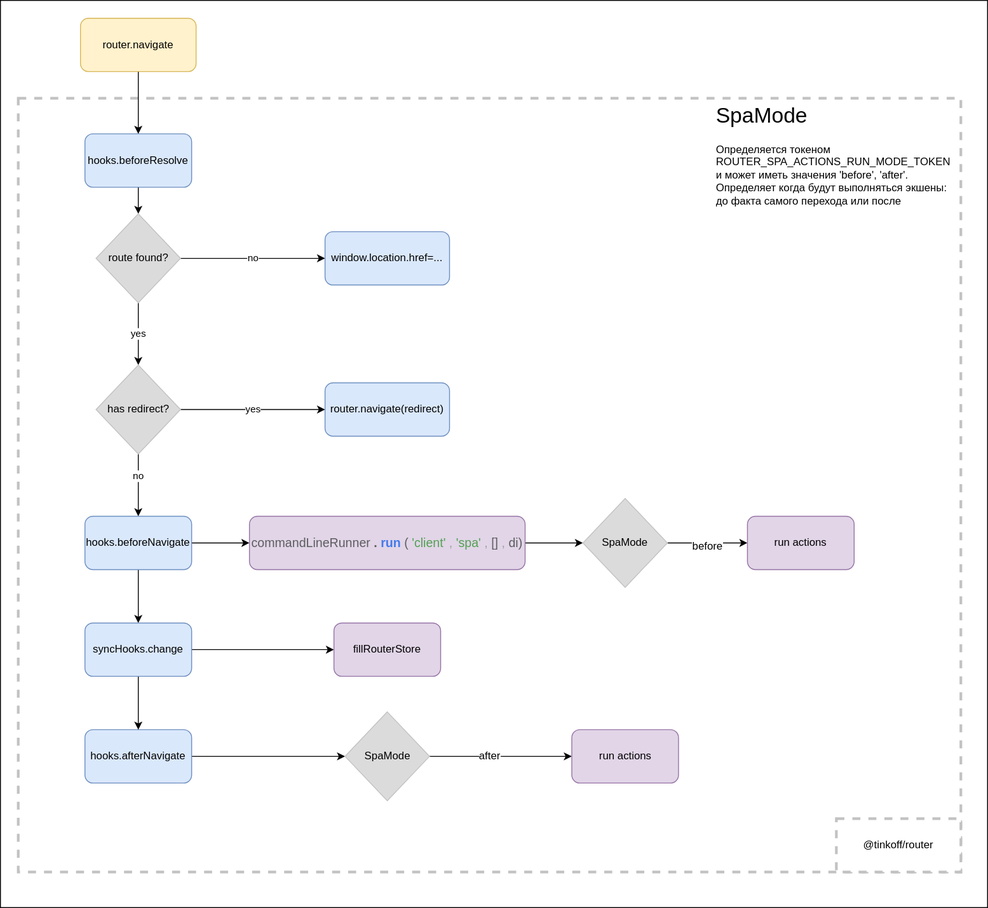
Earlier version of the draw.io export tools/docSite/static/img/router/navigate-flow-client-spa.drawio.svg (Tinkoff/tramvai). Source tidied: cells renumbered, new cells last; positions are measured from the earlier drawing's top-left corner, leaving out a move shared by most shapes.
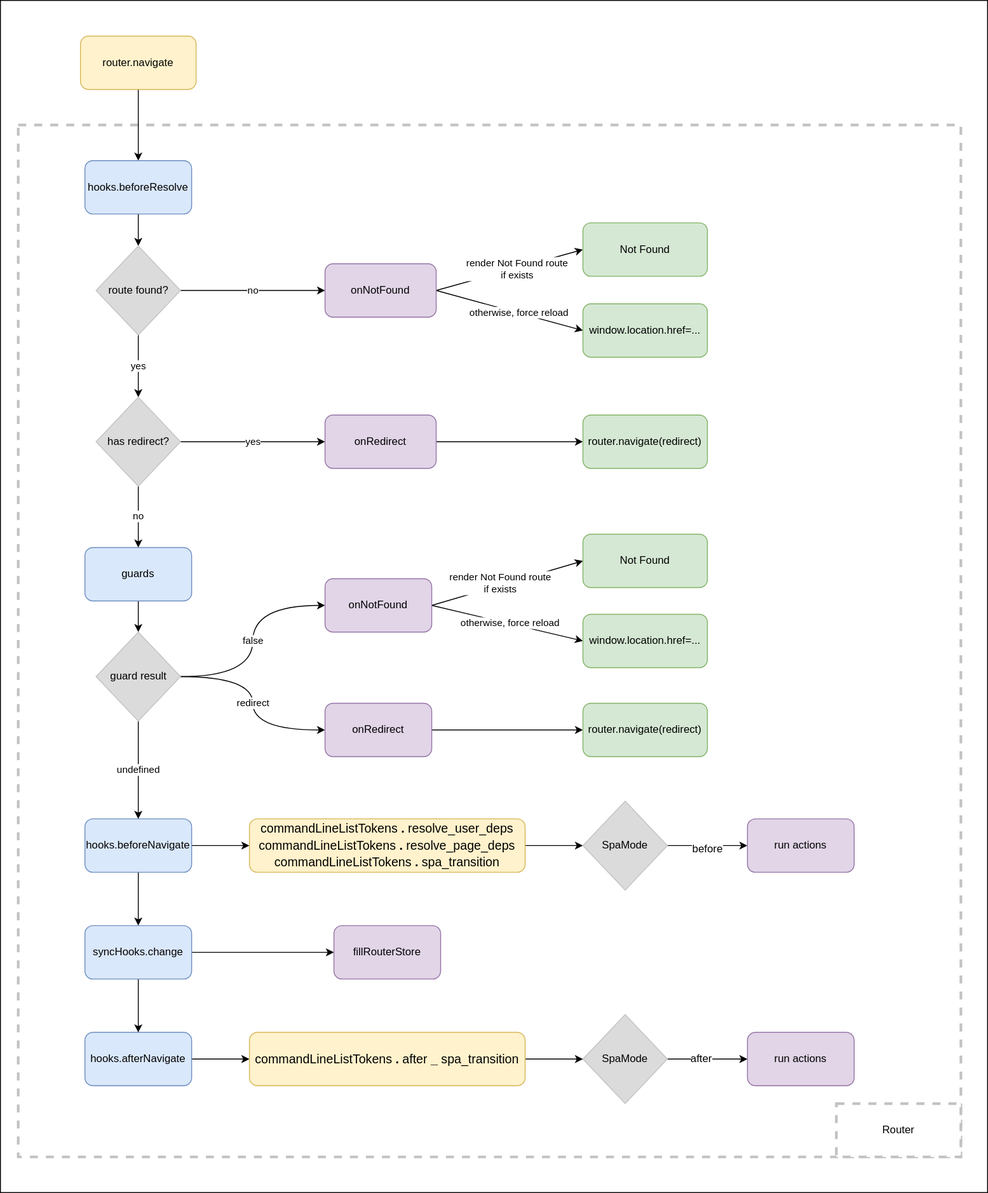
After the commit.

The edit, as a diff of the source:
```diff
@@ -3,29 +3,24 @@
     <mxCell id="0" />
     <mxCell id="1" parent="0" />
     <mxCell id="2" style="rounded=0;whiteSpace=wrap;html=1;labelBackgroundColor=none;strokeColor=#000000;strokeWidth=1;fontSize=12;fontColor=#000000;" parent="1" vertex="1">
-      <mxGeometry width="1110" height="1020" as="geometry" />
+      <mxGeometry y="-320" width="1110" height="1340" as="geometry" />
     </mxCell>
     <mxCell id="3" style="whiteSpace=wrap;html=1;dashed=1;strokeWidth=3;strokeColor=#C2C2C2;" parent="1" vertex="1">
-      <mxGeometry x="20" y="110" width="1060" height="870" as="geometry" />
+      <mxGeometry x="20" y="-180" width="1060" height="1160" as="geometry" />
     </mxCell>
-    <mxCell id="4" style="edgeStyle=orthogonalEdgeStyle;rounded=0;jettySize=auto;html=1;exitX=0.5;exitY=1;exitDx=0;exitDy=0;entryX=0.5;entryY=0;entryDx=0;entryDy=0;" parent="1" edge="1" source="5" target="7">
-      <mxGeometry relative="1" as="geometry">
-        <Array as="points">
-          <mxPoint x="155" y="120" />
-          <mxPoint x="155" y="120" />
-        </Array>
-      </mxGeometry>
+    <mxCell id="4" style="edgeStyle=none;html=1;exitX=0.5;exitY=1;exitDx=0;exitDy=0;entryX=0.5;entryY=0;entryDx=0;entryDy=0;" parent="1" edge="1" source="5" target="7">
+      <mxGeometry relative="1" as="geometry" />
     </mxCell>
-    <mxCell id="5" value="router.navigate" style="rounded=1;whiteSpace=wrap;html=1;strokeColor=#d6b656;strokeWidth=1;fillColor=#fff2cc;" parent="1" vertex="1">
-      <mxGeometry x="90" y="20" width="130" height="60" as="geometry" />
+    <mxCell id="5" value="router.navigate" style="rounded=1;whiteSpace=wrap;html=1;strokeColor=#D6B656;strokeWidth=1;fillColor=#FFF2CC;" parent="1" vertex="1">
+      <mxGeometry x="90" y="-280" width="130" height="60" as="geometry" />
     </mxCell>
     <mxCell id="6" style="edgeStyle=orthogonalEdgeStyle;rounded=0;jettySize=auto;html=1;exitX=0.5;exitY=1;exitDx=0;exitDy=0;" parent="1" edge="1" source="7" target="16">
       <mxGeometry relative="1" as="geometry" />
     </mxCell>
     <mxCell id="7" value="hooks.beforeResolve" style="rounded=1;whiteSpace=wrap;html=1;strokeColor=#6c8ebf;strokeWidth=1;fillColor=#dae8fc;" parent="1" vertex="1">
-      <mxGeometry x="95" y="150" width="120" height="60" as="geometry" />
+      <mxGeometry x="95" y="-140" width="120" height="60" as="geometry" />
     </mxCell>
-    <mxCell id="8" value="no" style="edgeStyle=orthogonalEdgeStyle;rounded=0;jettySize=auto;html=1;exitX=0.5;exitY=1;exitDx=0;exitDy=0;entryX=0.5;entryY=0;entryDx=0;entryDy=0;" parent="1" edge="1" target="11">
+    <mxCell id="8" value="undefined" style="edgeStyle=orthogonalEdgeStyle;rounded=0;jettySize=auto;html=1;exitX=0.5;exitY=1;exitDx=0;exitDy=0;entryX=0.5;entryY=0;entryDx=0;entryDy=0;" parent="1" edge="1" target="11">
       <mxGeometry relative="1" as="geometry">
         <mxPoint x="155" y="490" as="sourcePoint" />
         <Array as="points">
@@ -39,17 +34,17 @@
     </mxCell>
     <mxCell id="10" style="edgeStyle=orthogonalEdgeStyle;rounded=0;jettySize=auto;html=1;exitX=0.5;exitY=1;exitDx=0;exitDy=0;entryX=0.5;entryY=0;entryDx=0;entryDy=0;fontColor=#000000;" parent="1" edge="1" source="11">
       <mxGeometry relative="1" as="geometry">
-        <mxPoint x="155" y="700" as="targetPoint" />
+        <mxPoint x="155" y="720" as="targetPoint" />
       </mxGeometry>
     </mxCell>
     <mxCell id="11" value="hooks.beforeNavigate" style="rounded=1;whiteSpace=wrap;html=1;strokeColor=#6c8ebf;strokeWidth=1;fillColor=#dae8fc;" parent="1" vertex="1">
-      <mxGeometry x="95" y="580" width="120" height="60" as="geometry" />
+      <mxGeometry x="95" y="600" width="120" height="60" as="geometry" />
     </mxCell>
-    <mxCell id="12" style="edgeStyle=orthogonalEdgeStyle;rounded=0;jettySize=auto;html=1;exitX=1;exitY=0.5;exitDx=0;exitDy=0;entryX=0;entryY=0.5;entryDx=0;entryDy=0;fontSize=12;fontColor=#000000;" parent="1" edge="1" source="13" target="30">
+    <mxCell id="12" style="edgeStyle=orthogonalEdgeStyle;rounded=0;jettySize=auto;html=1;exitX=1;exitY=0.5;exitDx=0;exitDy=0;fontSize=12;fontColor=#000000;entryX=0;entryY=0.5;entryDx=0;entryDy=0;" parent="1" edge="1" source="13" target="61">
       <mxGeometry relative="1" as="geometry" />
     </mxCell>
     <mxCell id="13" value="hooks.afterNavigate" style="rounded=1;whiteSpace=wrap;html=1;strokeColor=#6c8ebf;strokeWidth=1;fillColor=#dae8fc;" parent="1" vertex="1">
-      <mxGeometry x="95" y="820" width="120" height="60" as="geometry" />
+      <mxGeometry x="95" y="840" width="120" height="60" as="geometry" />
     </mxCell>
     <mxCell id="14" value="yes" style="edgeStyle=orthogonalEdgeStyle;rounded=0;jettySize=auto;html=1;entryX=0.5;entryY=0;entryDx=0;entryDy=0;" parent="1" edge="1" source="16" target="19">
       <mxGeometry relative="1" as="geometry" />
@@ -58,42 +53,60 @@
       <mxGeometry relative="1" as="geometry" />
     </mxCell>
     <mxCell id="16" value="route found?" style="rhombus;whiteSpace=wrap;html=1;rounded=0;strokeColor=#C2C2C2;strokeWidth=1;fillColor=#DBDBDB;" parent="1" vertex="1">
-      <mxGeometry x="107.5" y="240" width="95" height="100" as="geometry" />
+      <mxGeometry x="107.5" y="-44" width="95" height="100" as="geometry" />
     </mxCell>
+    <mxCell id="36" style="edgeStyle=none;html=1;exitX=1;exitY=0.5;exitDx=0;exitDy=0;entryX=0;entryY=0.5;entryDx=0;entryDy=0;" parent="1" edge="1" source="17" target="42">
+      <mxGeometry relative="1" as="geometry" />
+    </mxCell>
+    <mxCell id="37" value="render Not Found route&lt;br&gt;if exists" style="edgeLabel;html=1;align=center;verticalAlign=middle;" parent="36" vertex="1">
+      <mxGeometry x="0.09" relative="1" as="geometry" />
+    </mxCell>
+    <mxCell id="38" style="edgeStyle=none;html=1;exitX=1;exitY=0.5;exitDx=0;exitDy=0;entryX=0;entryY=0.5;entryDx=0;entryDy=0;" parent="1" edge="1" source="17" target="43">
+      <mxGeometry relative="1" as="geometry" />
+    </mxCell>
+    <mxCell id="39" value="otherwise, force reload" style="edgeLabel;html=1;align=center;verticalAlign=middle;" parent="38" vertex="1">
+      <mxGeometry x="0.11" y="1" relative="1" as="geometry" />
+    </mxCell>
-    <mxCell id="17" value="window.location.href=..." style="rounded=1;whiteSpace=wrap;html=1;strokeColor=#6c8ebf;strokeWidth=1;fillColor=#dae8fc;" parent="1" vertex="1">
-      <mxGeometry x="365" y="260" width="140" height="60" as="geometry" />
+    <mxCell id="17" value="onNotFound" style="rounded=1;whiteSpace=wrap;html=1;strokeColor=#9673A6;strokeWidth=1;fillColor=#E1D5E7;" parent="1" vertex="1">
+      <mxGeometry x="365" y="-24" width="125" height="60" as="geometry" />
     </mxCell>
     <mxCell id="18" value="yes" style="edgeStyle=orthogonalEdgeStyle;rounded=0;jettySize=auto;html=1;exitX=1;exitY=0.5;exitDx=0;exitDy=0;entryX=0;entryY=0.5;entryDx=0;entryDy=0;" parent="1" edge="1" source="19" target="20">
       <mxGeometry relative="1" as="geometry" />
     </mxCell>
+    <mxCell id="40" value="no" style="edgeStyle=none;html=1;exitX=0.5;exitY=1;exitDx=0;exitDy=0;entryX=0.5;entryY=0;entryDx=0;entryDy=0;" parent="1" edge="1" source="19" target="46">
+      <mxGeometry relative="1" as="geometry" />
+    </mxCell>
     <mxCell id="19" value="has redirect?" style="rhombus;whiteSpace=wrap;html=1;rounded=0;strokeColor=#C2C2C2;strokeWidth=1;fillColor=#DBDBDB;" parent="1" vertex="1">
-      <mxGeometry x="107.5" y="410" width="95" height="100" as="geometry" />
+      <mxGeometry x="107.5" y="126" width="95" height="100" as="geometry" />
     </mxCell>
+    <mxCell id="41" style="edgeStyle=none;html=1;exitX=1;exitY=0.5;exitDx=0;exitDy=0;entryX=0;entryY=0.5;entryDx=0;entryDy=0;" parent="1" edge="1" source="20" target="44">
+      <mxGeometry relative="1" as="geometry" />
+    </mxCell>
-    <mxCell id="20" value="router.navigate(redirect)" style="rounded=1;whiteSpace=wrap;html=1;strokeColor=#6c8ebf;strokeWidth=1;fillColor=#dae8fc;" parent="1" vertex="1">
-      <mxGeometry x="365" y="430" width="140" height="60" as="geometry" />
+    <mxCell id="20" value="onRedirect" style="rounded=1;whiteSpace=wrap;html=1;strokeColor=#9673A6;strokeWidth=1;fillColor=#E1D5E7;" parent="1" vertex="1">
+      <mxGeometry x="365" y="146" width="125" height="60" as="geometry" />
     </mxCell>
     <mxCell id="21" style="edgeStyle=orthogonalEdgeStyle;rounded=0;jettySize=auto;html=1;exitX=0.5;exitY=1;exitDx=0;exitDy=0;entryX=0.5;entryY=0;entryDx=0;entryDy=0;fontColor=#000000;" parent="1" edge="1" target="13">
       <mxGeometry relative="1" as="geometry">
-        <mxPoint x="155" y="760" as="sourcePoint" />
+        <mxPoint x="155" y="780" as="sourcePoint" />
       </mxGeometry>
     </mxCell>
     <mxCell id="22" style="edgeStyle=orthogonalEdgeStyle;rounded=0;jettySize=auto;html=1;exitX=1;exitY=0.5;exitDx=0;exitDy=0;entryX=0;entryY=0.5;entryDx=0;entryDy=0;fontColor=#000000;" parent="1" edge="1" source="23" target="32">
       <mxGeometry relative="1" as="geometry" />
     </mxCell>
-    <mxCell id="23" value="&lt;div style=&quot;color: rgb(93, 93, 95); font-size: 14px; line-height: 19px;&quot;&gt;commandLineRunner&lt;span style=&quot;font-weight: bold&quot;&gt;.&lt;/span&gt;&lt;span style=&quot;color: #437aed ; font-weight: bold&quot;&gt;run&lt;/span&gt;(&lt;span style=&quot;color: #53a053&quot;&gt;'client'&lt;/span&gt;&lt;span style=&quot;color: #a0a1a7&quot;&gt;,&lt;/span&gt;&lt;span style=&quot;color: #ef8ed8&quot;&gt;&amp;nbsp;&lt;/span&gt;&lt;span style=&quot;color: #53a053&quot;&gt;'spa'&lt;/span&gt;&lt;span style=&quot;color: #a0a1a7&quot;&gt;,&lt;/span&gt;&lt;span style=&quot;color: #ef8ed8&quot;&gt;&amp;nbsp;&lt;/span&gt;[]&lt;span style=&quot;color: #a0a1a7&quot;&gt;,&lt;/span&gt;&lt;span style=&quot;color: #ef8ed8&quot;&gt;&amp;nbsp;&lt;/span&gt;di)&lt;/div&gt;" style="rounded=1;whiteSpace=wrap;html=1;fillColor=#e1d5e7;strokeColor=#9673a6;labelBackgroundColor=none;" parent="1" vertex="1">
-      <mxGeometry x="280" y="580" width="310" height="60" as="geometry" />
+    <mxCell id="23" value="&lt;div style=&quot;font-size: 14px ; line-height: 19px&quot;&gt;&lt;span&gt;commandLineListTokens&lt;/span&gt;&lt;span style=&quot;font-weight: bold&quot;&gt;.&lt;/span&gt;&lt;span&gt;resolve_user_deps&lt;/span&gt;&lt;br&gt;&lt;/div&gt;&lt;div style=&quot;font-size: 14px ; line-height: 19px&quot;&gt;commandLineListTokens&lt;span style=&quot;font-weight: bold&quot;&gt;.&lt;/span&gt;resolve_page_deps&lt;span&gt;&lt;br&gt;&lt;/span&gt;&lt;/div&gt;&lt;div style=&quot;font-size: 14px ; line-height: 19px&quot;&gt;commandLineListTokens&lt;span style=&quot;font-weight: bold&quot;&gt;.&lt;/span&gt;spa_transition&lt;br&gt;&lt;/div&gt;" style="rounded=1;whiteSpace=wrap;html=1;fillColor=#FFF2CC;strokeColor=#D6B656;labelBackgroundColor=none;fontColor=#000000;" parent="1" vertex="1">
+      <mxGeometry x="280" y="600" width="310" height="60" as="geometry" />
     </mxCell>
-    <mxCell id="24" value="@tinkoff/router" style="rounded=0;whiteSpace=wrap;html=1;labelBackgroundColor=none;fontColor=#000000;dashed=1;strokeWidth=3;strokeColor=#C2C2C2;" parent="1" vertex="1">
+    <mxCell id="24" value="Router" style="rounded=0;whiteSpace=wrap;html=1;labelBackgroundColor=none;fontColor=#000000;dashed=1;strokeWidth=3;strokeColor=#C2C2C2;" parent="1" vertex="1">
       <mxGeometry x="940" y="920" width="140" height="60" as="geometry" />
     </mxCell>
     <mxCell id="25" style="edgeStyle=orthogonalEdgeStyle;curved=1;jettySize=auto;html=1;exitX=1;exitY=0.5;exitDx=0;exitDy=0;" parent="1" edge="1" source="26" target="27">
       <mxGeometry relative="1" as="geometry" />
     </mxCell>
     <mxCell id="26" value="syncHooks.change" style="rounded=1;whiteSpace=wrap;html=1;strokeColor=#6c8ebf;strokeWidth=1;fillColor=#dae8fc;" parent="1" vertex="1">
-      <mxGeometry x="95" y="700" width="120" height="60" as="geometry" />
+      <mxGeometry x="95" y="720" width="120" height="60" as="geometry" />
     </mxCell>
     <mxCell id="27" value="fillRouterStore" style="rounded=1;whiteSpace=wrap;html=1;glass=0;shadow=0;fillColor=#e1d5e7;strokeColor=#9673a6;" parent="1" vertex="1">
-      <mxGeometry x="375" y="700" width="120" height="60" as="geometry" />
+      <mxGeometry x="375" y="720" width="120" height="60" as="geometry" />
     </mxCell>
     <mxCell id="28" style="edgeStyle=orthogonalEdgeStyle;rounded=0;jettySize=auto;html=1;exitX=1;exitY=0.5;exitDx=0;exitDy=0;entryX=0;entryY=0.5;entryDx=0;entryDy=0;fontSize=12;fontColor=#000000;" parent="1" edge="1" source="30" target="35">
       <mxGeometry relative="1" as="geometry" />
@@ -102,22 +115,79 @@
       <mxGeometry x="-0.17" y="1" relative="1" as="geometry" />
     </mxCell>
     <mxCell id="30" value="SpaMode" style="rhombus;whiteSpace=wrap;html=1;rounded=0;strokeColor=#C2C2C2;strokeWidth=1;fillColor=#DBDBDB;" parent="1" vertex="1">
-      <mxGeometry x="387.5" y="800" width="95" height="100" as="geometry" />
+      <mxGeometry x="655" y="820" width="95" height="100" as="geometry" />
     </mxCell>
     <mxCell id="31" value="&lt;font style=&quot;font-size: 12px&quot;&gt;before&lt;/font&gt;" style="edgeStyle=orthogonalEdgeStyle;rounded=0;jettySize=auto;html=1;exitX=1;exitY=0.5;exitDx=0;exitDy=0;entryX=0;entryY=0.5;entryDx=0;entryDy=0;fontSize=24;fontColor=#000000;" parent="1" edge="1" source="32" target="34">
       <mxGeometry relative="1" as="geometry" />
     </mxCell>
     <mxCell id="32" value="SpaMode" style="rhombus;whiteSpace=wrap;html=1;rounded=0;strokeColor=#C2C2C2;strokeWidth=1;fillColor=#DBDBDB;" parent="1" vertex="1">
-      <mxGeometry x="655" y="560" width="95" height="100" as="geometry" />
+      <mxGeometry x="655" y="580" width="95" height="100" as="geometry" />
     </mxCell>
-    <mxCell id="33" value="&lt;h1&gt;&lt;span style=&quot;font-weight: normal&quot;&gt;SpaMode&lt;/span&gt;&lt;/h1&gt;&lt;div&gt;Определяется токеном&amp;nbsp;&lt;/div&gt;&lt;div&gt;ROUTER_SPA_ACTIONS_RUN_MODE_TOKEN&lt;/div&gt;&lt;div&gt;и может иметь значения 'before', 'after'. Определяет когда будут выполняться экшены: до факта самого перехода или после&lt;/div&gt;" style="text;html=1;strokeColor=none;fillColor=none;spacing=5;spacingTop=-20;whiteSpace=wrap;overflow=hidden;rounded=0;labelBackgroundColor=none;fontColor=#000000;" parent="1" vertex="1">
-      <mxGeometry x="800" y="110" width="280" height="130" as="geometry" />
-    </mxCell>
     <mxCell id="34" value="run actions" style="rounded=1;whiteSpace=wrap;html=1;labelBackgroundColor=none;strokeColor=#9673a6;strokeWidth=1;fontSize=12;fillColor=#e1d5e7;" parent="1" vertex="1">
-      <mxGeometry x="840" y="580" width="120" height="60" as="geometry" />
+      <mxGeometry x="840" y="600" width="120" height="60" as="geometry" />
     </mxCell>
     <mxCell id="35" value="run actions" style="rounded=1;whiteSpace=wrap;html=1;labelBackgroundColor=none;strokeColor=#9673a6;strokeWidth=1;fontSize=12;fillColor=#e1d5e7;" parent="1" vertex="1">
-      <mxGeometry x="642.5" y="820" width="120" height="60" as="geometry" />
+      <mxGeometry x="840" y="840" width="120" height="60" as="geometry" />
     </mxCell>
+    <mxCell id="42" value="Not Found" style="rounded=1;whiteSpace=wrap;html=1;strokeColor=#82b366;strokeWidth=1;fillColor=#d5e8d4;" parent="1" vertex="1">
+      <mxGeometry x="655" y="-70" width="140" height="60" as="geometry" />
+    </mxCell>
+    <mxCell id="43" value="window.location.href=..." style="rounded=1;whiteSpace=wrap;html=1;strokeColor=#82B366;strokeWidth=1;fillColor=#d5e8d4;" parent="1" vertex="1">
+      <mxGeometry x="655" y="21" width="140" height="60" as="geometry" />
+    </mxCell>
+    <mxCell id="44" value="router.navigate(redirect)" style="rounded=1;whiteSpace=wrap;html=1;strokeColor=#82B366;strokeWidth=1;fillColor=#D5E8D4;" parent="1" vertex="1">
+      <mxGeometry x="655" y="146" width="140" height="60" as="geometry" />
+    </mxCell>
+    <mxCell id="45" style="edgeStyle=orthogonalEdgeStyle;rounded=0;jettySize=auto;html=1;exitX=0.5;exitY=1;exitDx=0;exitDy=0;entryX=0.5;entryY=0;entryDx=0;entryDy=0;" parent="1" edge="1" source="46" target="49">
+      <mxGeometry relative="1" as="geometry" />
+    </mxCell>
+    <mxCell id="46" value="guards" style="rounded=1;whiteSpace=wrap;html=1;fillColor=#dae8fc;strokeColor=#6c8ebf;" parent="1" vertex="1">
+      <mxGeometry x="95" y="295" width="120" height="60" as="geometry" />
+    </mxCell>
+    <mxCell id="47" value="false" style="edgeStyle=orthogonalEdgeStyle;jettySize=auto;html=1;exitX=1;exitY=0.5;exitDx=0;exitDy=0;entryX=0;entryY=0.5;entryDx=0;entryDy=0;curved=1;" parent="1" edge="1" source="49" target="54">
+      <mxGeometry relative="1" as="geometry" />
+    </mxCell>
+    <mxCell id="48" value="redirect" style="edgeStyle=orthogonalEdgeStyle;curved=1;jettySize=auto;html=1;exitX=1;exitY=0.5;exitDx=0;exitDy=0;entryX=0;entryY=0.5;entryDx=0;entryDy=0;" parent="1" edge="1" source="49" target="57">
+      <mxGeometry relative="1" as="geometry" />
+    </mxCell>
+    <mxCell id="49" value="guard result" style="rhombus;whiteSpace=wrap;html=1;rounded=0;strokeColor=#C2C2C2;strokeWidth=1;fillColor=#DBDBDB;" parent="1" vertex="1">
+      <mxGeometry x="107.5" y="390" width="95" height="100" as="geometry" />
+    </mxCell>
+    <mxCell id="50" style="edgeStyle=none;rounded=1;html=1;exitX=1;exitY=0.5;exitDx=0;exitDy=0;entryX=0;entryY=0.5;entryDx=0;entryDy=0;" parent="1" edge="1" source="54" target="55">
+      <mxGeometry relative="1" as="geometry" />
+    </mxCell>
+    <mxCell id="51" value="render Not Found route&lt;br&gt;if exists" style="edgeLabel;html=1;align=center;verticalAlign=middle;" parent="50" vertex="1">
+      <mxGeometry x="-0.09" y="3" relative="1" as="geometry" />
+    </mxCell>
+    <mxCell id="52" style="edgeStyle=none;rounded=1;html=1;exitX=1;exitY=0.5;exitDx=0;exitDy=0;entryX=0;entryY=0.5;entryDx=0;entryDy=0;" parent="1" edge="1" source="54" target="59">
+      <mxGeometry relative="1" as="geometry" />
+    </mxCell>
+    <mxCell id="53" value="otherwise, force reload" style="edgeLabel;html=1;align=center;verticalAlign=middle;" parent="52" vertex="1">
+      <mxGeometry x="0.01" y="1" relative="1" as="geometry" />
+    </mxCell>
+    <mxCell id="54" value="onNotFound" style="rounded=1;whiteSpace=wrap;html=1;strokeWidth=1;fillColor=#E1D5E7;strokeColor=#9673A6;" parent="1" vertex="1">
+      <mxGeometry x="365" y="330" width="120" height="60" as="geometry" />
+    </mxCell>
+    <mxCell id="55" value="Not Found" style="rounded=1;whiteSpace=wrap;html=1;strokeColor=#82b366;strokeWidth=1;fillColor=#d5e8d4;" parent="1" vertex="1">
+      <mxGeometry x="655" y="280" width="140" height="60" as="geometry" />
+    </mxCell>
+    <mxCell id="56" style="edgeStyle=orthogonalEdgeStyle;rounded=0;jettySize=auto;html=1;exitX=1;exitY=0.5;exitDx=0;exitDy=0;entryX=0;entryY=0.5;entryDx=0;entryDy=0;" parent="1" edge="1" source="57" target="58">
+      <mxGeometry relative="1" as="geometry" />
+    </mxCell>
+    <mxCell id="57" value="onRedirect" style="rounded=1;whiteSpace=wrap;html=1;strokeColor=#9673a6;strokeWidth=1;fillColor=#e1d5e7;" parent="1" vertex="1">
+      <mxGeometry x="365" y="470" width="120" height="60" as="geometry" />
+    </mxCell>
+    <mxCell id="58" value="router.navigate(redirect)" style="rounded=1;whiteSpace=wrap;html=1;strokeColor=#82b366;strokeWidth=1;fillColor=#d5e8d4;" parent="1" vertex="1">
+      <mxGeometry x="655" y="470" width="140" height="60" as="geometry" />
+    </mxCell>
+    <mxCell id="59" value="window.location.href=..." style="rounded=1;whiteSpace=wrap;html=1;strokeColor=#82b366;strokeWidth=1;fillColor=#d5e8d4;" parent="1" vertex="1">
+      <mxGeometry x="655" y="370" width="140" height="60" as="geometry" />
+    </mxCell>
+    <mxCell id="60" style="edgeStyle=none;html=1;exitX=1;exitY=0.5;exitDx=0;exitDy=0;entryX=0;entryY=0.5;entryDx=0;entryDy=0;fontColor=#000000;" parent="1" edge="1" source="61" target="30">
+      <mxGeometry relative="1" as="geometry" />
+    </mxCell>
+    <mxCell id="61" value="&lt;div style=&quot;font-size: 14px ; line-height: 19px&quot;&gt;commandLineListTokens&lt;span style=&quot;font-weight: bold&quot;&gt;.&lt;/span&gt;after&lt;span style=&quot;font-weight: bold&quot;&gt;_&lt;/span&gt;spa_transition&lt;br&gt;&lt;/div&gt;" style="rounded=1;whiteSpace=wrap;html=1;fillColor=#FFF2CC;strokeColor=#D6B656;labelBackgroundColor=none;fontColor=#000000;" parent="1" vertex="1">
+      <mxGeometry x="280" y="840" width="310" height="60" as="geometry" />
+    </mxCell>
   </root>
 </mxGraphModel>
```
